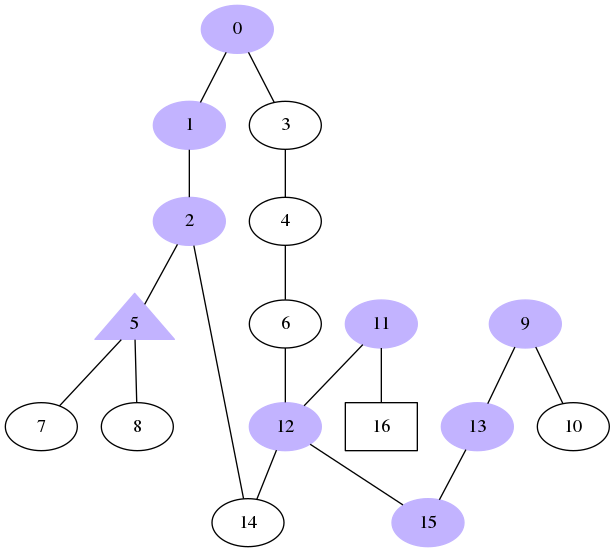
Earlier version of the Graphviz export vaidamerda.png (gabrielms98/acmsigspatial-giscup-2018). Its source is kept beside it as vaidamerda.dot.
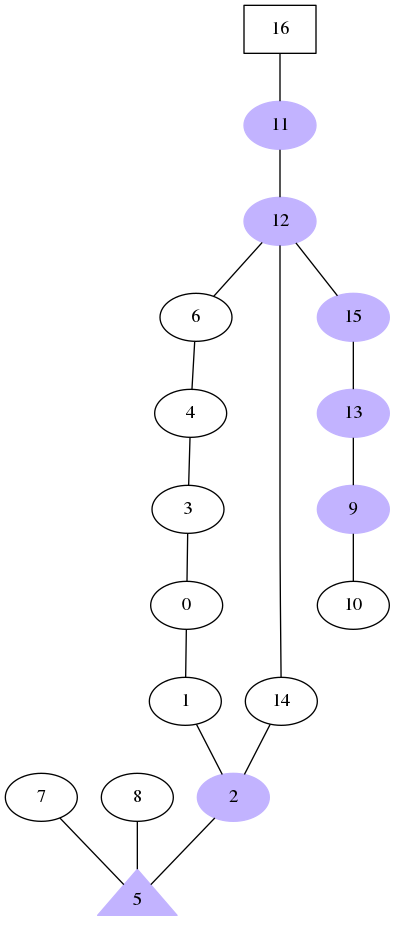
Above is the later version.

The edit, as a diff of the source:
```diff
@@ -1,6 +1,6 @@
 graph G{
-0[color=".7 .3 1.0"][style=filled];
-1[color=".7 .3 1.0"][style=filled];
+0;
+1;
 2[color=".7 .3 1.0"][style=filled];
 3;
 4;
@@ -17,20 +17,20 @@
 15[color=".7 .3 1.0"][style=filled];
 16[shape=box];
 0 -- 1;
-0 -- 3;
 1 -- 2;
+3 -- 0;
+4 -- 3;
 2 -- 5;
-2 -- 14;
-3 -- 4;
-4 -- 6;
-5 -- 7;
-5 -- 8;
-6 -- 12;
+6 -- 4;
+7 -- 5;
+8 -- 5;
 9 -- 10;
-9 -- 13;
 11 -- 12;
-11 -- 16;
+13 -- 9;
+14 -- 2;
 12 -- 14;
 12 -- 15;
-13 -- 15;
+16 -- 11;
+15 -- 13;
+12 -- 6;
 }
```
